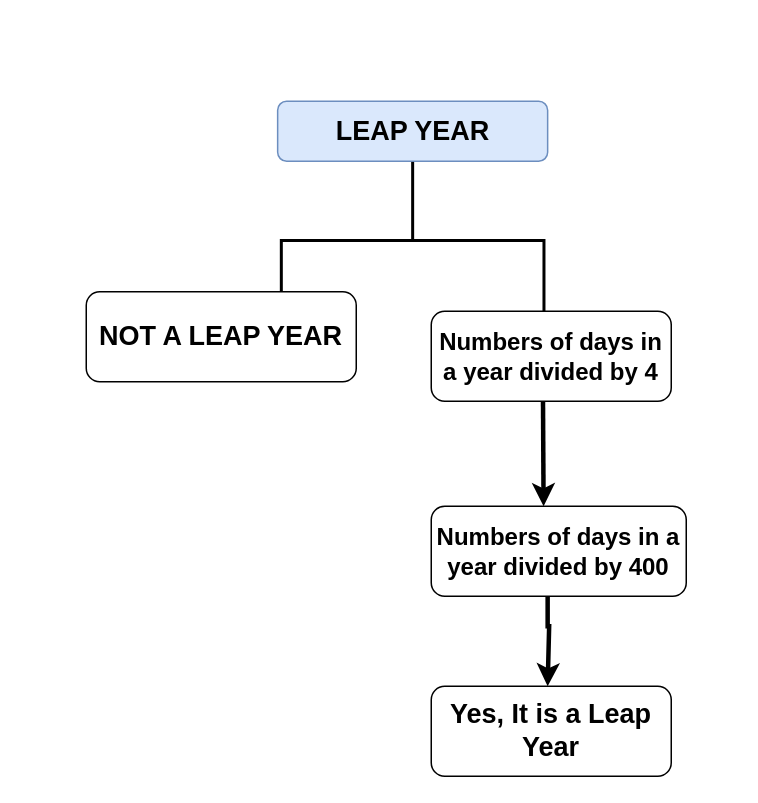
swati666/Flow_Charts keeps this draw.io diagram as Leap_year.drawio. Above is the earlier version. Source tidied: cells renumbered, new cells numbered last; positions are measured from the earlier drawing's top-left corner, leaving out a move shared by most shapes. Both pictures are drawn from the tidied source at 150%, with x=0, y=0 at pixel (86, 100).
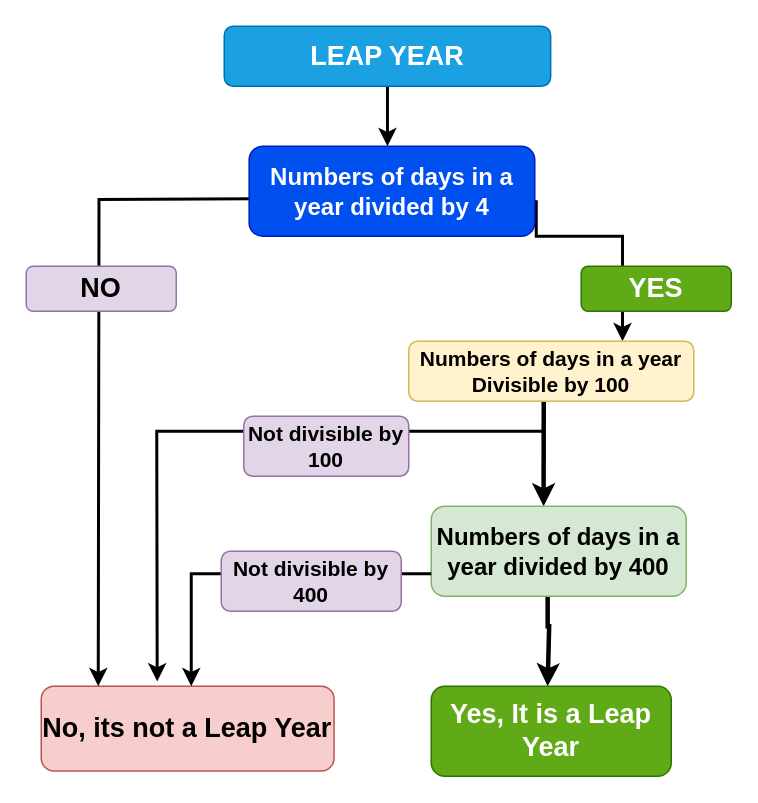
After the change.

Change to the diagram source:
```diff
@@
+    <mxCell id="10" style="edgeStyle=orthogonalEdgeStyle;rounded=0;jettySize=auto;html=1;strokeWidth=2;" parent="1" edge="1" source="2" target="5">
+      <mxGeometry relative="1" as="geometry">
+        <Array as="points">
+          <mxPoint x="201" y="20" />
+          <mxPoint x="201" y="20" />
+        </Array>
+      </mxGeometry>
+    </mxCell>
-    <mxCell id="2" value="&lt;b&gt;&lt;font style=&quot;font-size: 18px;&quot;&gt;LEAP YEAR&lt;/font&gt;&lt;/b&gt;" style="rounded=1;whiteSpace=wrap;html=1;fillColor=#dae8fc;strokeColor=#6c8ebf;" parent="1" vertex="1">
-      <mxGeometry x="127.6" width="180" height="40" as="geometry" />
+    <mxCell id="2" value="&lt;b&gt;&lt;font style=&quot;font-size: 18px;&quot;&gt;LEAP YEAR&lt;/font&gt;&lt;/b&gt;" style="rounded=1;whiteSpace=wrap;html=1;fillColor=#1ba1e2;strokeColor=#006EAF;fontColor=#ffffff;" parent="1" vertex="1">
+      <mxGeometry x="92" y="-50" width="217.6" height="40" as="geometry" />
     </mxCell>
-    <mxCell id="3" style="strokeWidth=2;html=1;shape=mxgraph.flowchart.annotation_2;align=left;labelPosition=right;rotation=90;" parent="1" vertex="1">
-      <mxGeometry x="165.2" y="5.3" width="104.8" height="175.1" as="geometry" />
-    </mxCell>
-    <mxCell id="4" value="&lt;b&gt;&lt;font style=&quot;font-size: 18px;&quot;&gt;NOT A LEAP YEAR&lt;/font&gt;&lt;/b&gt;" style="rounded=1;whiteSpace=wrap;html=1;" parent="1" vertex="1">
-      <mxGeometry y="127" width="180" height="60" as="geometry" />
+    <mxCell id="4" value="&lt;font style=&quot;font-size: 18px;&quot;&gt;&lt;b&gt;No, its not a Leap Year&lt;/b&gt;&lt;/font&gt;" style="rounded=1;whiteSpace=wrap;html=1;fillColor=#f8cecc;strokeColor=#b85450;" parent="1" vertex="1">
+      <mxGeometry x="-30" y="390" width="195.2" height="56.5" as="geometry" />
     </mxCell>
+    <mxCell id="11" style="edgeStyle=orthogonalEdgeStyle;rounded=0;orthogonalLoop=1;jettySize=auto;html=1;strokeWidth=2;entryX=0.102;entryY=0;entryDx=0;entryDy=0;entryPerimeter=0;" parent="1" edge="1">
+      <mxGeometry relative="1" as="geometry">
+        <mxPoint x="126.7" y="65" as="sourcePoint" />
+        <mxPoint x="8" y="390" as="targetPoint" />
+      </mxGeometry>
+    </mxCell>
+    <mxCell id="12" style="edgeStyle=orthogonalEdgeStyle;rounded=0;jettySize=auto;html=1;strokeWidth=2;entryX=0.75;entryY=0;entryDx=0;entryDy=0;" parent="1" edge="1" target="17">
+      <mxGeometry relative="1" as="geometry">
+        <mxPoint x="299" y="67" as="sourcePoint" />
+        <Array as="points">
+          <mxPoint x="300" y="67" />
+          <mxPoint x="300" y="90" />
+          <mxPoint x="358" y="90" />
+        </Array>
+      </mxGeometry>
+    </mxCell>
-    <mxCell id="5" value="&lt;font size=&quot;3&quot;&gt;&lt;b&gt;Numbers of days in a year divided by 4&lt;/b&gt;&lt;/font&gt;" style="rounded=1;whiteSpace=wrap;html=1;" parent="1" vertex="1">
-      <mxGeometry x="230" y="140" width="160" height="60" as="geometry" />
+    <mxCell id="5" value="&lt;font size=&quot;3&quot;&gt;&lt;b&gt;Numbers of days in a year divided by 4&lt;/b&gt;&lt;/font&gt;" style="rounded=1;whiteSpace=wrap;html=1;fillColor=#0050ef;strokeColor=#001DBC;fontColor=#ffffff;" parent="1" vertex="1">
+      <mxGeometry x="108.6" y="30" width="190.4" height="60" as="geometry" />
     </mxCell>
     <mxCell id="6" style="endArrow=classic;html=1;rounded=0;strokeWidth=3;" parent="1" edge="1">
       <mxGeometry relative="1" as="geometry">
-        <mxPoint x="304.5" y="200" as="sourcePoint" />
+        <mxPoint x="305" y="200" as="sourcePoint" />
         <mxPoint x="304.9" y="270" as="targetPoint" />
       </mxGeometry>
     </mxCell>
@@
-    <mxCell id="8" value="&lt;b style=&quot;border-color: var(--border-color); font-size: medium;&quot;&gt;Numbers of days in a year divided by 400&lt;/b&gt;" style="rounded=1;whiteSpace=wrap;html=1;" parent="1" vertex="1">
+    <mxCell id="8" value="&lt;b style=&quot;border-color: var(--border-color); font-size: medium;&quot;&gt;Numbers of days in a year divided by 400&lt;/b&gt;" style="rounded=1;whiteSpace=wrap;html=1;fillColor=#d5e8d4;strokeColor=#82b366;" parent="1" vertex="1">
       <mxGeometry x="230" y="270" width="170" height="60" as="geometry" />
     </mxCell>
-    <mxCell id="9" value="&lt;font style=&quot;font-size: 18px;&quot;&gt;&lt;b&gt;Yes, It is a Leap Year&lt;/b&gt;&lt;/font&gt;" style="rounded=1;whiteSpace=wrap;html=1;" parent="1" vertex="1">
+    <mxCell id="9" value="&lt;font style=&quot;font-size: 18px;&quot;&gt;&lt;b&gt;Yes, It is a Leap Year&lt;/b&gt;&lt;/font&gt;" style="rounded=1;whiteSpace=wrap;html=1;fillColor=#60a917;strokeColor=#2D7600;fontColor=#ffffff;" parent="1" vertex="1">
       <mxGeometry x="230" y="390" width="160" height="60" as="geometry" />
     </mxCell>
+    <mxCell id="13" style="endArrow=classic;html=1;rounded=0;entryX=0.396;entryY=-0.057;entryDx=0;entryDy=0;entryPerimeter=0;strokeWidth=2;" parent="1" edge="1" target="4">
+      <mxGeometry relative="1" as="geometry">
+        <mxPoint x="306" y="220" as="sourcePoint" />
+        <Array as="points">
+          <mxPoint x="47" y="220" />
+        </Array>
+      </mxGeometry>
+    </mxCell>
+    <mxCell id="14" value="&lt;b&gt;&lt;font style=&quot;font-size: 14px;&quot;&gt;Not divisible by 100&lt;/font&gt;&lt;/b&gt;" style="rounded=1;whiteSpace=wrap;html=1;fillColor=#e1d5e7;strokeColor=#9673a6;" parent="1" vertex="1">
+      <mxGeometry x="105" y="210" width="110" height="40" as="geometry" />
+    </mxCell>
+    <mxCell id="15" style="endArrow=classic;html=1;rounded=0;exitX=0;exitY=0.75;exitDx=0;exitDy=0;strokeWidth=2;" parent="1" edge="1">
+      <mxGeometry relative="1" as="geometry">
+        <mxPoint x="230" y="315" as="sourcePoint" />
+        <mxPoint x="70" y="390" as="targetPoint" />
+        <Array as="points">
+          <mxPoint x="70" y="315" />
+        </Array>
+      </mxGeometry>
+    </mxCell>
+    <mxCell id="16" value="&lt;b&gt;&lt;font style=&quot;font-size: 14px;&quot;&gt;Not divisible by 400&lt;/font&gt;&lt;/b&gt;" style="rounded=1;whiteSpace=wrap;html=1;fillColor=#e1d5e7;strokeColor=#9673a6;" parent="1" vertex="1">
+      <mxGeometry x="90" y="300" width="120" height="40" as="geometry" />
+    </mxCell>
+    <mxCell id="17" value="&lt;b&gt;&lt;font style=&quot;font-size: 14px;&quot;&gt;Numbers of days in a year Divisible by 100&lt;/font&gt;&lt;/b&gt;" style="rounded=1;whiteSpace=wrap;html=1;fillColor=#fff2cc;strokeColor=#d6b656;" parent="1" vertex="1">
+      <mxGeometry x="215" y="160" width="190" height="40" as="geometry" />
+    </mxCell>
+    <mxCell id="18" value="&lt;b style=&quot;&quot;&gt;&lt;font style=&quot;font-size: 18px;&quot;&gt;NO&lt;/font&gt;&lt;/b&gt;" style="rounded=1;whiteSpace=wrap;html=1;fillColor=#e1d5e7;strokeColor=#9673a6;" parent="1" vertex="1">
+      <mxGeometry x="-40" y="110" width="100" height="30" as="geometry" />
+    </mxCell>
+    <mxCell id="19" value="&lt;b style=&quot;&quot;&gt;&lt;font style=&quot;font-size: 18px;&quot;&gt;YES&lt;/font&gt;&lt;/b&gt;" style="rounded=1;whiteSpace=wrap;html=1;fillColor=#60a917;strokeColor=#2D7600;fontColor=#ffffff;" parent="1" vertex="1">
+      <mxGeometry x="330" y="110" width="100" height="30" as="geometry" />
+    </mxCell>
```
